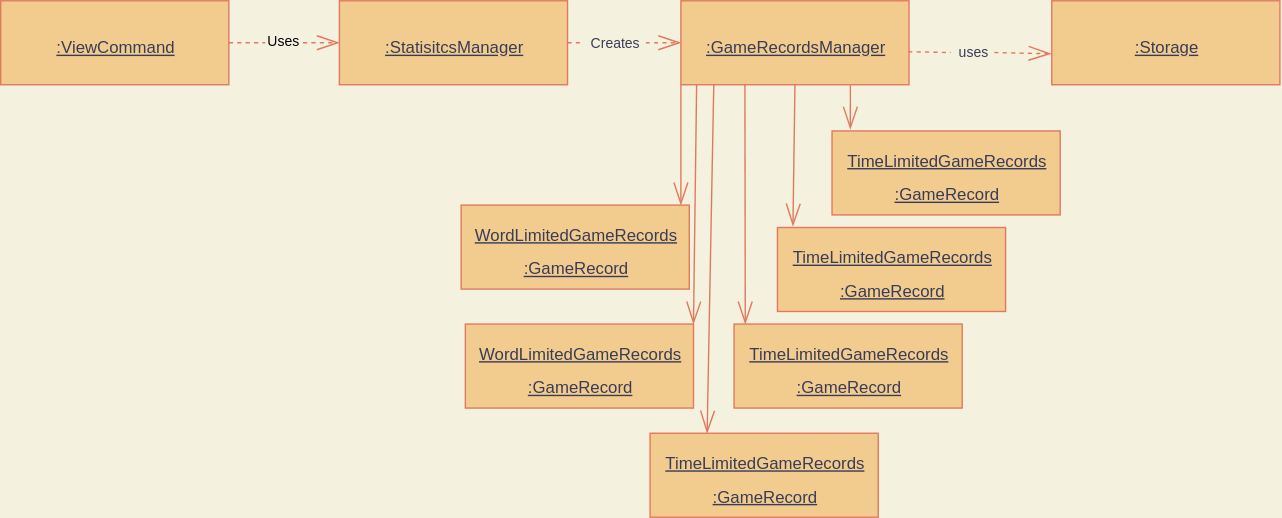
This is docs/diagrams/ViewStatistics-3.drawio.svg from nus-cs2113-AY2122S1/tp, a draw.io export, as it was before one commit. Source tidied: cells renumbered, new cells last; positions are measured from the earlier drawing's top-left corner, leaving out a move shared by most shapes.
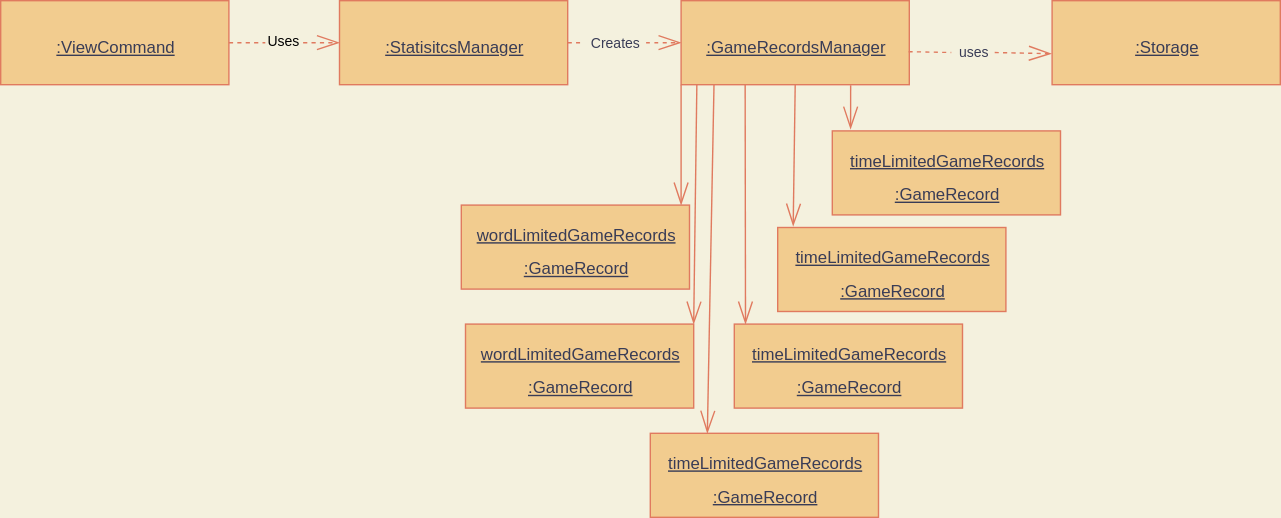
Above is the later version.

Commit message:
Correct format of UserGuide and DeveloperGuide. Correct bug in object diagram.

Diff of the diagram source:
```diff
@@ -25,7 +25,7 @@
     <mxCell id="8" value="&lt;font face=&quot;Helvetica&quot; style=&quot;font-size: 12px&quot;&gt;&lt;u&gt;:GameRecordsManager&lt;/u&gt;&lt;/font&gt;" style="html=1;sketch=0;hachureGap=4;fontFamily=Architects Daughter;fontSource=https://fonts.googleapis.com/css?family=Architects+Daughter;fontSize=20;fillColor=#F2CC8F;strokeColor=#E07A5F;fontColor=#393C56;" parent="1" vertex="1">
       <mxGeometry x="486" width="163" height="60" as="geometry" />
     </mxCell>
-    <mxCell id="9" value="&lt;font face=&quot;Helvetica&quot; style=&quot;font-size: 12px&quot;&gt;&lt;u&gt;WordLimitedGameRecords&lt;br&gt;:GameRecord&lt;/u&gt;&lt;/font&gt;" style="html=1;sketch=0;hachureGap=4;fontFamily=Architects Daughter;fontSource=https://fonts.googleapis.com/css?family=Architects+Daughter;fontSize=20;fillColor=#F2CC8F;strokeColor=#E07A5F;fontColor=#393C56;" parent="1" vertex="1">
+    <mxCell id="9" value="&lt;font face=&quot;Helvetica&quot; style=&quot;font-size: 12px&quot;&gt;&lt;u&gt;wordLimitedGameRecords&lt;br&gt;:GameRecord&lt;/u&gt;&lt;/font&gt;" style="html=1;sketch=0;hachureGap=4;fontFamily=Architects Daughter;fontSource=https://fonts.googleapis.com/css?family=Architects+Daughter;fontSize=20;fillColor=#F2CC8F;strokeColor=#E07A5F;fontColor=#393C56;" parent="1" vertex="1">
       <mxGeometry x="332" y="231" width="163" height="60" as="geometry" />
     </mxCell>
     <mxCell id="10" style="edgeStyle=none;rounded=0;sketch=0;hachureGap=4;jettySize=auto;html=1;exitX=1;exitY=0;exitDx=0;exitDy=0;fontFamily=Architects Daughter;fontSource=https://fonts.googleapis.com/css?family=Architects+Daughter;fontSize=16;endArrow=none;startSize=14;endSize=14;sourcePerimeterSpacing=8;targetPerimeterSpacing=8;endFill=0;strokeColor=#E07A5F;fontColor=#393C56;entryX=0.069;entryY=0.997;entryDx=0;entryDy=0;startArrow=openThin;startFill=0;labelBackgroundColor=#F4F1DE;entryPerimeter=0;" parent="1" edge="1" source="9" target="8">
@@ -36,7 +36,7 @@
         <mxPoint x="509.5" y="60" as="targetPoint" />
       </mxGeometry>
     </mxCell>
-    <mxCell id="12" value="&lt;font face=&quot;Helvetica&quot; style=&quot;font-size: 12px&quot;&gt;&lt;u&gt;TimeLimitedGameRecords&lt;br&gt;:GameRecord&lt;/u&gt;&lt;/font&gt;" style="html=1;sketch=0;hachureGap=4;fontFamily=Architects Daughter;fontSource=https://fonts.googleapis.com/css?family=Architects+Daughter;fontSize=20;fillColor=#F2CC8F;strokeColor=#E07A5F;fontColor=#393C56;" parent="1" vertex="1">
+    <mxCell id="12" value="&lt;font face=&quot;Helvetica&quot; style=&quot;font-size: 12px&quot;&gt;&lt;u&gt;timeLimitedGameRecords&lt;br&gt;:GameRecord&lt;/u&gt;&lt;/font&gt;" style="html=1;sketch=0;hachureGap=4;fontFamily=Architects Daughter;fontSource=https://fonts.googleapis.com/css?family=Architects+Daughter;fontSize=20;fillColor=#F2CC8F;strokeColor=#E07A5F;fontColor=#393C56;" parent="1" vertex="1">
       <mxGeometry x="464" y="309" width="163" height="60" as="geometry" />
     </mxCell>
     <mxCell id="13" value="&lt;font face=&quot;Helvetica&quot; style=&quot;font-size: 12px&quot;&gt;&lt;u&gt;:Storage&lt;/u&gt;&lt;/font&gt;" style="html=1;sketch=0;hachureGap=4;fontFamily=Architects Daughter;fontSource=https://fonts.googleapis.com/css?family=Architects+Daughter;fontSize=20;fillColor=#F2CC8F;strokeColor=#E07A5F;fontColor=#393C56;" parent="1" vertex="1">
@@ -78,16 +78,16 @@
         <mxPoint x="607.1" y="91.8" as="sourcePoint" />
       </mxGeometry>
     </mxCell>
-    <mxCell id="23" value="&lt;font face=&quot;Helvetica&quot; style=&quot;font-size: 12px&quot;&gt;&lt;u&gt;TimeLimitedGameRecords&lt;br&gt;:GameRecord&lt;/u&gt;&lt;/font&gt;" style="html=1;sketch=0;hachureGap=4;fontFamily=Architects Daughter;fontSource=https://fonts.googleapis.com/css?family=Architects+Daughter;fontSize=20;fillColor=#F2CC8F;strokeColor=#E07A5F;fontColor=#393C56;" parent="1" vertex="1">
+    <mxCell id="23" value="&lt;font face=&quot;Helvetica&quot; style=&quot;font-size: 12px&quot;&gt;&lt;u&gt;timeLimitedGameRecords&lt;br&gt;:GameRecord&lt;/u&gt;&lt;/font&gt;" style="html=1;sketch=0;hachureGap=4;fontFamily=Architects Daughter;fontSource=https://fonts.googleapis.com/css?family=Architects+Daughter;fontSize=20;fillColor=#F2CC8F;strokeColor=#E07A5F;fontColor=#393C56;" parent="1" vertex="1">
       <mxGeometry x="524" y="231" width="163" height="60" as="geometry" />
     </mxCell>
-    <mxCell id="24" value="&lt;font face=&quot;Helvetica&quot; style=&quot;font-size: 12px&quot;&gt;&lt;u&gt;TimeLimitedGameRecords&lt;br&gt;:GameRecord&lt;/u&gt;&lt;/font&gt;" style="html=1;sketch=0;hachureGap=4;fontFamily=Architects Daughter;fontSource=https://fonts.googleapis.com/css?family=Architects+Daughter;fontSize=20;fillColor=#F2CC8F;strokeColor=#E07A5F;fontColor=#393C56;" parent="1" vertex="1">
+    <mxCell id="24" value="&lt;font face=&quot;Helvetica&quot; style=&quot;font-size: 12px&quot;&gt;&lt;u&gt;timeLimitedGameRecords&lt;br&gt;:GameRecord&lt;/u&gt;&lt;/font&gt;" style="html=1;sketch=0;hachureGap=4;fontFamily=Architects Daughter;fontSource=https://fonts.googleapis.com/css?family=Architects+Daughter;fontSize=20;fillColor=#F2CC8F;strokeColor=#E07A5F;fontColor=#393C56;" parent="1" vertex="1">
       <mxGeometry x="555" y="162" width="163" height="60" as="geometry" />
     </mxCell>
-    <mxCell id="25" value="&lt;font face=&quot;Helvetica&quot; style=&quot;font-size: 12px&quot;&gt;&lt;u&gt;TimeLimitedGameRecords&lt;br&gt;:GameRecord&lt;/u&gt;&lt;/font&gt;" style="html=1;sketch=0;hachureGap=4;fontFamily=Architects Daughter;fontSource=https://fonts.googleapis.com/css?family=Architects+Daughter;fontSize=20;fillColor=#F2CC8F;strokeColor=#E07A5F;fontColor=#393C56;" parent="1" vertex="1">
+    <mxCell id="25" value="&lt;font face=&quot;Helvetica&quot; style=&quot;font-size: 12px&quot;&gt;&lt;u&gt;timeLimitedGameRecords&lt;br&gt;:GameRecord&lt;/u&gt;&lt;/font&gt;" style="html=1;sketch=0;hachureGap=4;fontFamily=Architects Daughter;fontSource=https://fonts.googleapis.com/css?family=Architects+Daughter;fontSize=20;fillColor=#F2CC8F;strokeColor=#E07A5F;fontColor=#393C56;" parent="1" vertex="1">
       <mxGeometry x="594" y="93" width="163" height="60" as="geometry" />
     </mxCell>
-    <mxCell id="26" value="&lt;font face=&quot;Helvetica&quot; style=&quot;font-size: 12px&quot;&gt;&lt;u&gt;WordLimitedGameRecords&lt;br&gt;:GameRecord&lt;/u&gt;&lt;/font&gt;" style="html=1;sketch=0;hachureGap=4;fontFamily=Architects Daughter;fontSource=https://fonts.googleapis.com/css?family=Architects+Daughter;fontSize=20;fillColor=#F2CC8F;strokeColor=#E07A5F;fontColor=#393C56;" parent="1" vertex="1">
+    <mxCell id="26" value="&lt;font face=&quot;Helvetica&quot; style=&quot;font-size: 12px&quot;&gt;&lt;u&gt;wordLimitedGameRecords&lt;br&gt;:GameRecord&lt;/u&gt;&lt;/font&gt;" style="html=1;sketch=0;hachureGap=4;fontFamily=Architects Daughter;fontSource=https://fonts.googleapis.com/css?family=Architects+Daughter;fontSize=20;fillColor=#F2CC8F;strokeColor=#E07A5F;fontColor=#393C56;" parent="1" vertex="1">
       <mxGeometry x="329" y="146" width="163" height="60" as="geometry" />
     </mxCell>
   </root>
```
